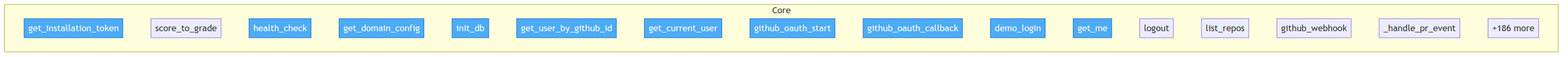
The Mermaid diagram project/flow.png in semcod/www, before a commit. Its source is kept beside it as project/flow.mmd.
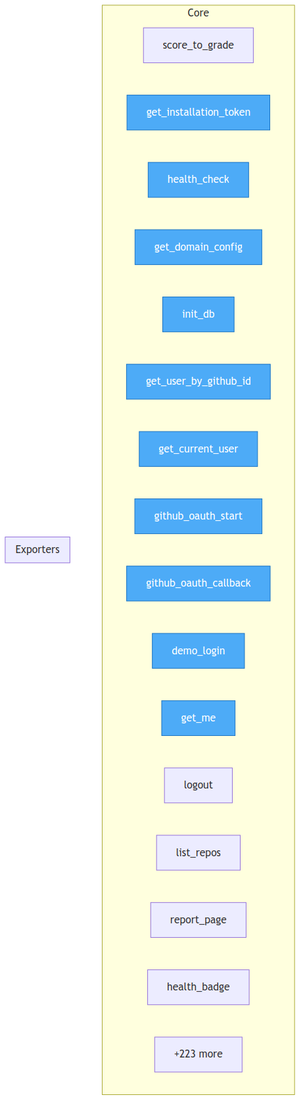
Later version of the same file.

What changed in the source:
```diff
@@ -3,8 +3,8 @@
     classDef entry fill:#4dabf7,stroke:#1971c2,color:#fff
 
     subgraph Core
+        backend__services__scoring__score_to_grade["score_to_grade"]
         backend__services__github_client__get_installation_token["get_installation_token"]
-        backend__services__scoring__score_to_grade["score_to_grade"]
         backend__routers__system__health_check["health_check"]
         backend__routers__system__get_domain_config["get_domain_config"]
         backend__database__init_db["init_db"]
@@ -16,9 +16,12 @@
         backend__routers__auth__get_me["get_me"]
         backend__routers__auth__logout["logout"]
         backend__routers__auth__list_repos["list_repos"]
-        backend__routers__webhook__github_webhook["github_webhook"]
-        backend__routers__webhook___handle_pr_event["_handle_pr_event"]
-        ...["+186 more"]
+        backend__routers__report__report_page["report_page"]
+        backend__routers__badge__health_badge["health_badge"]
+        ...["+223 more"]
+    end
+
+    subgraph Exporters
     end
 
     class backend__services__github_client__get_installation_token,backend__routers__system__health_check,backend__routers__system__get_domain_config,backend__database__init_db,backend__database__get_user_by_github_id,backend__routers__auth__get_current_user,backend__routers__auth__github_oauth_start,backend__routers__auth__github_oauth_callback,backend__routers__auth__demo_login,backend__routers__auth__get_me entry
```
